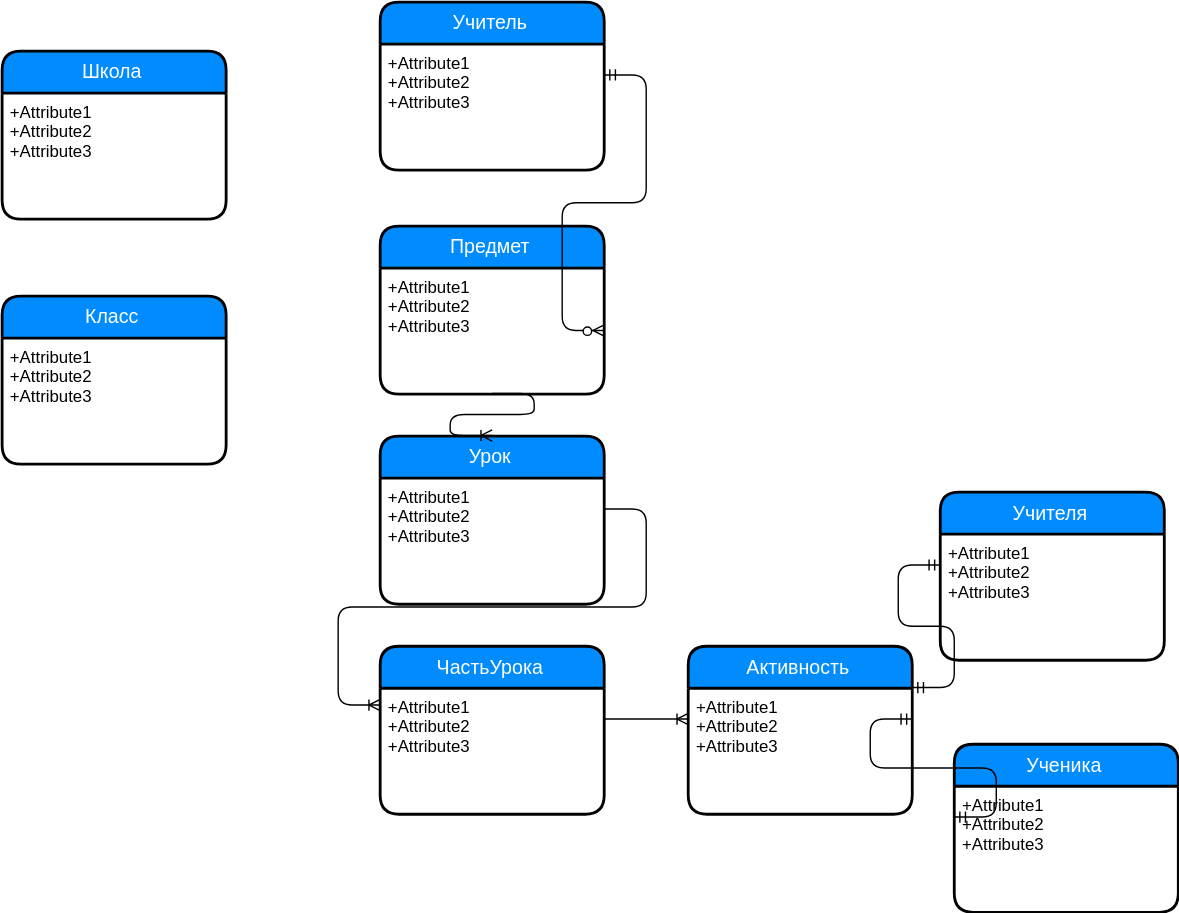
The draw.io diagram lesson-planning-Page-1.svg in grssnake/lesson-planning, before a commit. Source tidied: cells renumbered, new cells last; positions are measured from the earlier drawing's top-left corner, leaving out a move shared by most shapes.
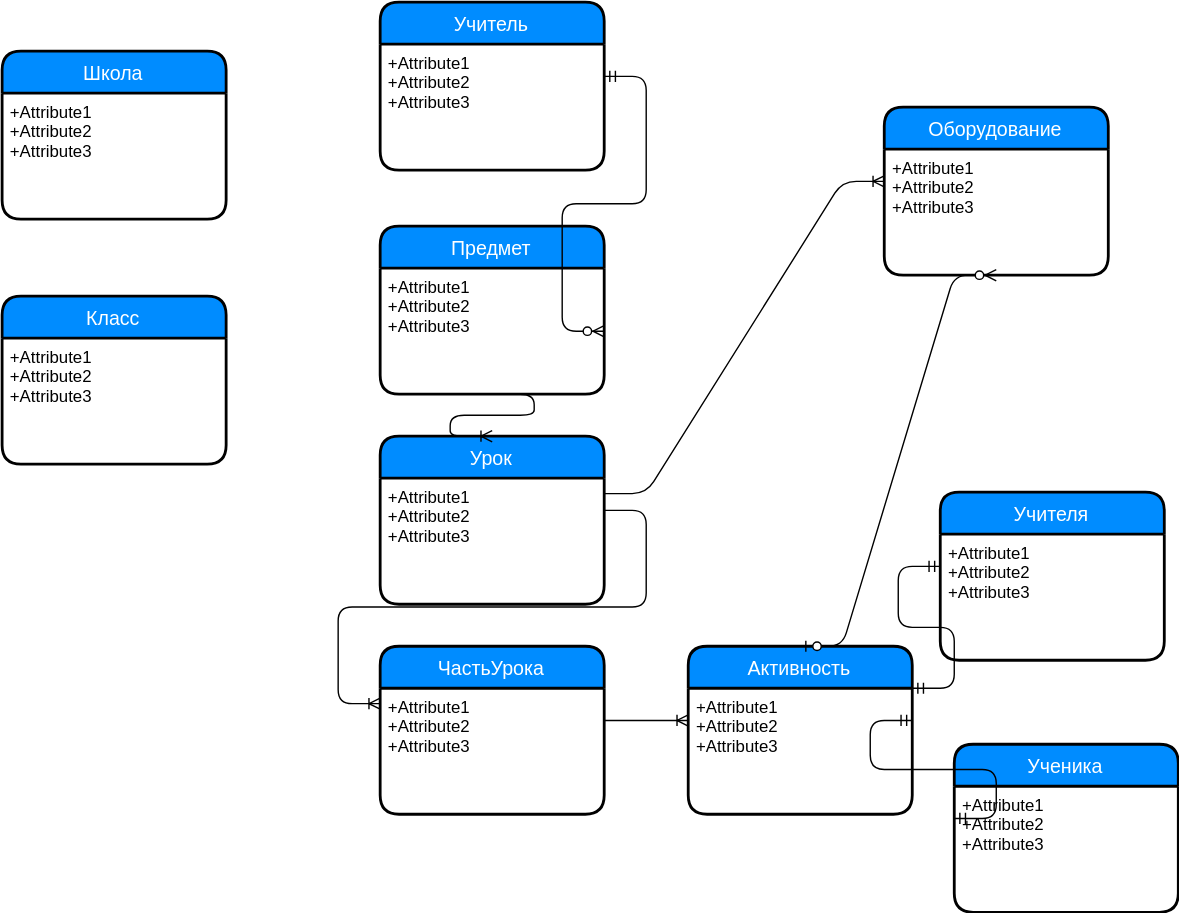
The same file after the commit.

What changed in the source:
```diff
@@ -74,5 +74,17 @@
     <mxCell id="25" style="edgeStyle=entityRelationEdgeStyle;fontSize=12;html=1;endArrow=ERzeroToMany;startArrow=ERmandOne;exitX=1;exitY=0.25;exitDx=0;exitDy=0;entryX=1;entryY=0.5;entryDx=0;entryDy=0;" parent="1" edge="1" source="5" target="7">
       <mxGeometry relative="1" as="geometry" />
     </mxCell>
+    <mxCell id="26" value="Оборудование" style="swimlane;horizontal=1;startSize=30;fillColor=#008cff;fontColor=#FFFFFF;rounded=1;fontSize=14;fontStyle=0;strokeWidth=2;shadow=0;dashed=0;align=center;" parent="1" vertex="1">
+      <mxGeometry x="630" y="75" width="160" height="120" as="geometry" />
+    </mxCell>
+    <mxCell id="27" value="+Attribute1&#10;+Attribute2&#10;+Attribute3" style="align=left;strokeColor=none;fillColor=none;spacingLeft=4;fontSize=12;verticalAlign=top;" parent="26" vertex="1">
+      <mxGeometry y="30" width="160" height="90" as="geometry" />
+    </mxCell>
+    <mxCell id="28" style="edgeStyle=entityRelationEdgeStyle;fontSize=12;html=1;endArrow=ERoneToMany;exitX=1;exitY=0.122;exitDx=0;exitDy=0;exitPerimeter=0;entryX=0;entryY=0.25;entryDx=0;entryDy=0;" parent="1" edge="1" source="3" target="27">
+      <mxGeometry relative="1" as="geometry" />
+    </mxCell>
+    <mxCell id="29" style="edgeStyle=entityRelationEdgeStyle;fontSize=12;html=1;endArrow=ERzeroToMany;startArrow=ERzeroToOne;exitX=0.5;exitY=0;exitDx=0;exitDy=0;entryX=0.5;entryY=1;entryDx=0;entryDy=0;" parent="1" edge="1" source="14" target="27">
+      <mxGeometry relative="1" as="geometry" />
+    </mxCell>
   </root>
 </mxGraphModel>
```
